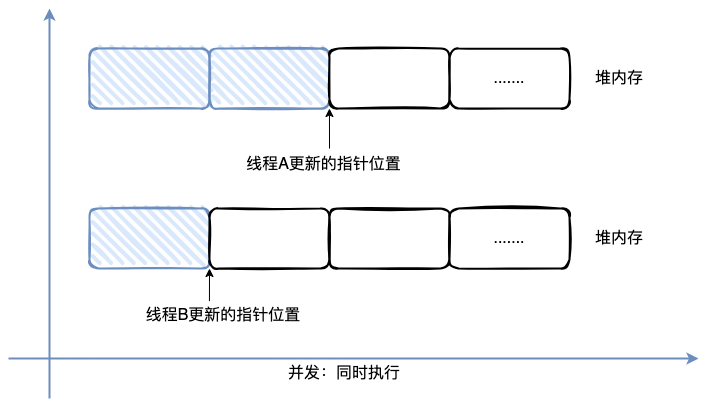
This is java/jvm/JVM创建对象 - 并发下内存分配冲突.drawio.drawio.png from lihongyiyi/tech-visuals, a draw.io export, as it was before one commit. Source tidied: cells renumbered, new cells last; positions are measured from the earlier drawing's top-left corner, leaving out a move shared by most shapes.
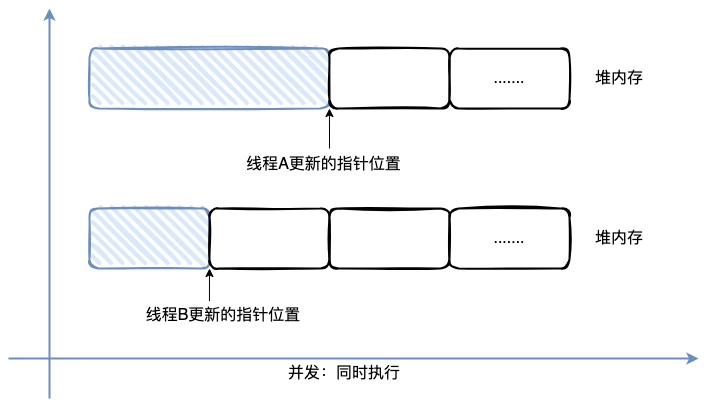
The same diagram one commit later.

Commit message:
更新JVM创建对象 - 并发下内存分配冲突.drawio.drawio.png

What changed in the source:
```diff
@@ -3,11 +3,8 @@
     <mxCell id="0" />
     <mxCell id="1" parent="0" />
     <mxCell id="2" style="rounded=1;whiteSpace=wrap;html=1;strokeWidth=2;fillWeight=4;hachureGap=8;hachureAngle=45;fillColor=#dae8fc;sketch=1;strokeColor=#6c8ebf;" parent="1" vertex="1">
-      <mxGeometry x="81" y="40" width="120" height="60" as="geometry" />
+      <mxGeometry x="81" y="40" width="240" height="60" as="geometry" />
     </mxCell>
-    <mxCell id="3" style="rounded=1;whiteSpace=wrap;html=1;strokeWidth=2;fillWeight=4;hachureGap=8;hachureAngle=45;fillColor=#dae8fc;sketch=1;strokeColor=#6c8ebf;" parent="1" vertex="1">
-      <mxGeometry x="201" y="40" width="120" height="60" as="geometry" />
-    </mxCell>
     <mxCell id="4" style="rounded=1;whiteSpace=wrap;html=1;strokeWidth=2;fillWeight=4;hachureGap=8;hachureAngle=45;sketch=1;" parent="1" vertex="1">
       <mxGeometry x="321" y="40" width="120" height="60" as="geometry" />
     </mxCell>
```
